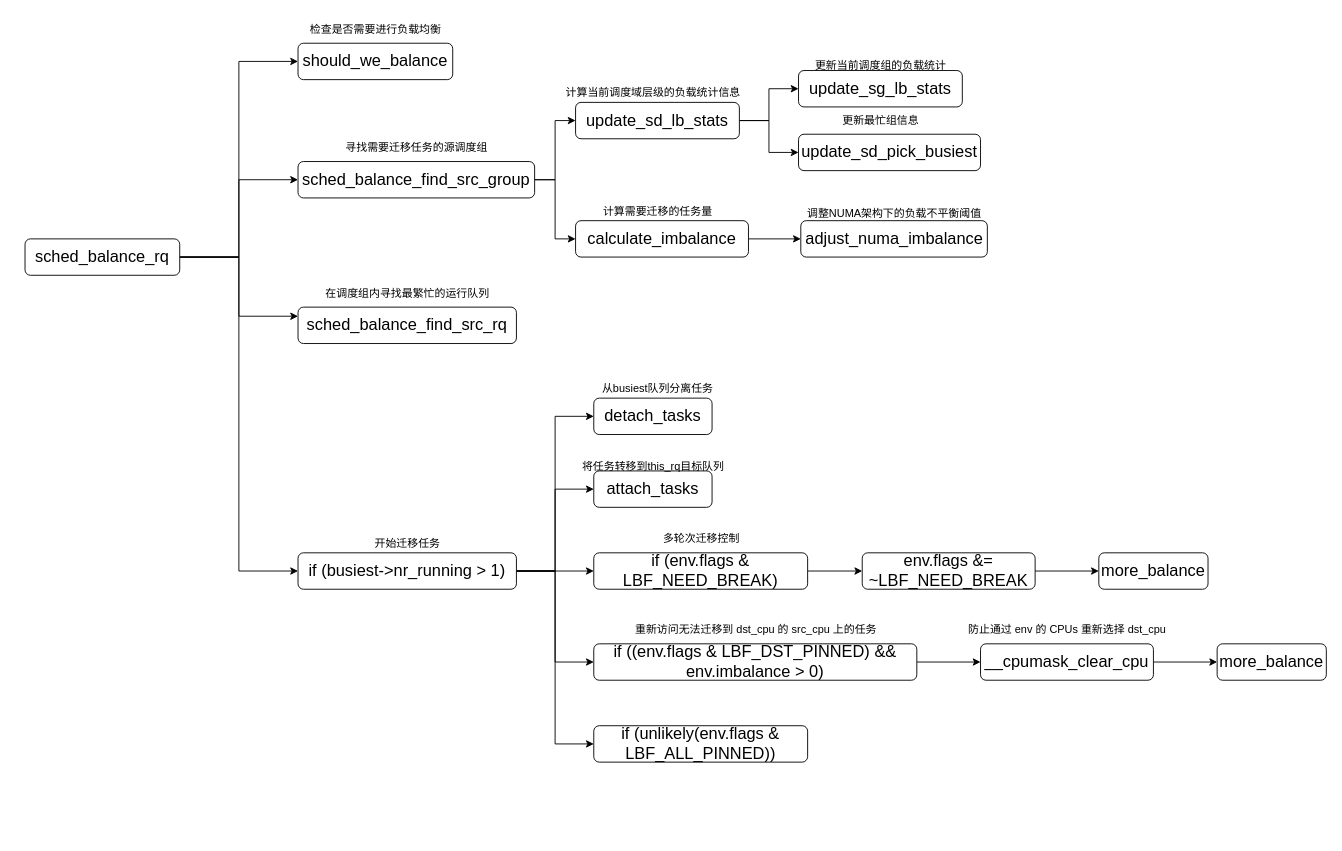
Before: OS/image/sched_balance_rq.drawio in AAAwlx/note, a draw.io diagram. Source tidied: cells renumbered, new cells numbered last; positions are measured from the earlier drawing's top-left corner, leaving out a move shared by most shapes. Both pictures are drawn from the tidied source at 91%, with x=0, y=0 at pixel (25, 15).
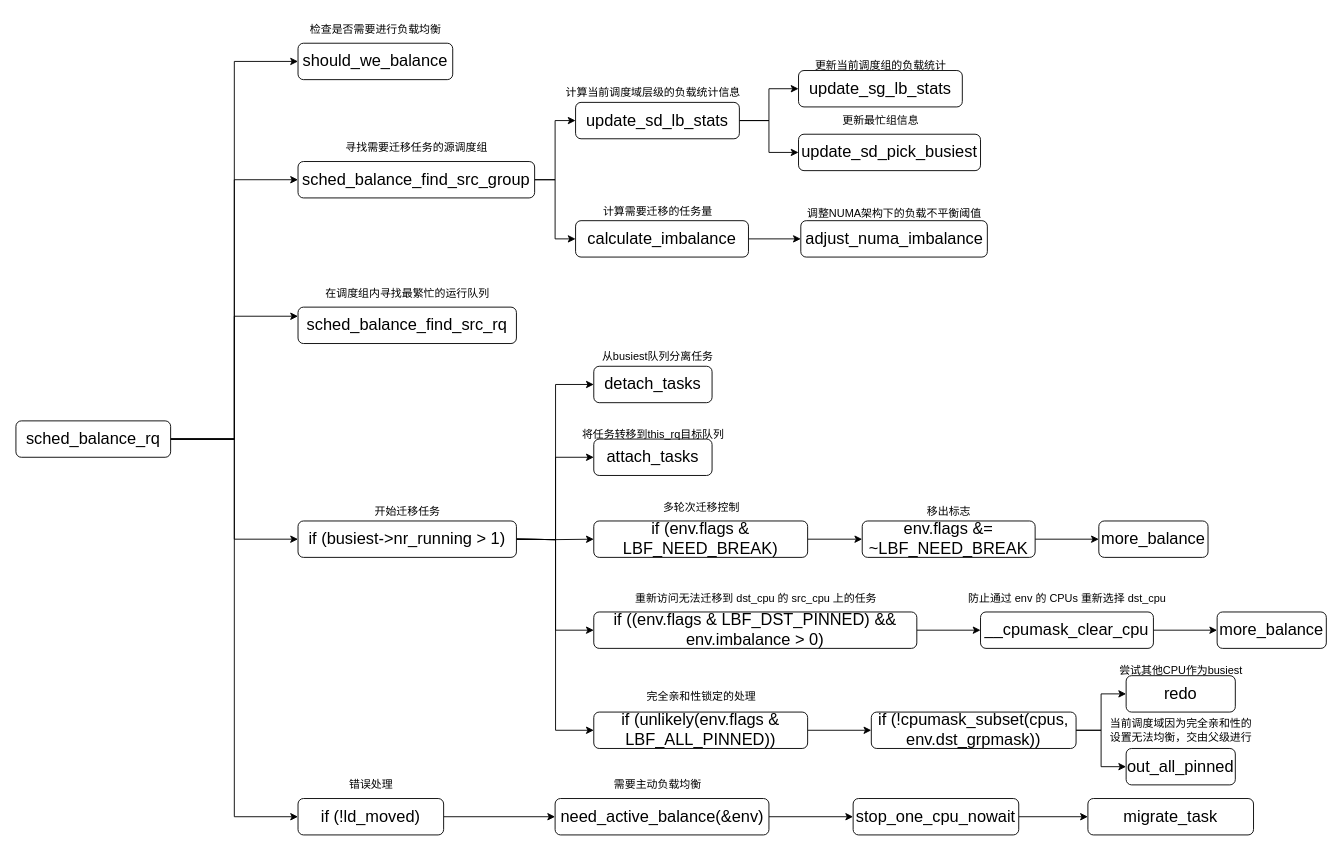
Above is the later version.

Diff of the diagram source:
```diff
@@
+    <mxCell id="54" style="edgeStyle=orthogonalEdgeStyle;rounded=0;jettySize=auto;html=1;exitX=1;exitY=0.5;exitDx=0;exitDy=0;entryX=0;entryY=0.5;entryDx=0;entryDy=0;" parent="1" edge="1" source="6" target="66">
+      <mxGeometry relative="1" as="geometry" />
+    </mxCell>
     <mxCell id="6" value="&lt;font style=&quot;font-size: 18px;&quot;&gt;sched_balance_rq&lt;/font&gt;" style="rounded=1;whiteSpace=wrap;html=1;" parent="1" vertex="1">
-      <mxGeometry y="245" width="170" height="40" as="geometry" />
+      <mxGeometry x="-10" y="445" width="170" height="40" as="geometry" />
     </mxCell>
@@
-    <mxCell id="28" value="&lt;div style=&quot;color: rgb(204, 204, 204); background-color: rgb(31, 31, 31); font-family: Menlo, Monaco, &amp;quot;Courier New&amp;quot;, monospace; font-weight: normal; font-size: 12px; line-height: 18px; white-space: pre;&quot;&gt;&lt;br&gt;&lt;/div&gt;" style="text;whiteSpace=wrap;html=1;" parent="1" vertex="1">
-      <mxGeometry x="360" y="460" width="240" height="40" as="geometry" />
-    </mxCell>
-    <mxCell id="29" style="edgeStyle=orthogonalEdgeStyle;rounded=0;jettySize=auto;html=1;exitX=1;exitY=0.5;exitDx=0;exitDy=0;entryX=0;entryY=0.5;entryDx=0;entryDy=0;" parent="1" edge="1" source="34" target="35">
-      <mxGeometry relative="1" as="geometry" />
+    <mxCell id="29" style="edgeStyle=orthogonalEdgeStyle;rounded=0;jettySize=auto;html=1;exitX=1;exitY=0.5;exitDx=0;exitDy=0;entryX=0;entryY=0.5;entryDx=0;entryDy=0;" parent="1" edge="1" target="35">
+      <mxGeometry relative="1" as="geometry">
+        <mxPoint x="540" y="575" as="sourcePoint" />
+      </mxGeometry>
     </mxCell>
-    <mxCell id="30" style="edgeStyle=orthogonalEdgeStyle;rounded=0;jettySize=auto;html=1;exitX=1;exitY=0.5;exitDx=0;exitDy=0;entryX=0;entryY=0.5;entryDx=0;entryDy=0;" parent="1" edge="1" source="34" target="36">
-      <mxGeometry relative="1" as="geometry" />
+    <mxCell id="30" style="edgeStyle=orthogonalEdgeStyle;rounded=0;jettySize=auto;html=1;exitX=1;exitY=0.5;exitDx=0;exitDy=0;entryX=0;entryY=0.5;entryDx=0;entryDy=0;" parent="1" edge="1" target="36">
+      <mxGeometry relative="1" as="geometry">
+        <mxPoint x="540" y="575" as="sourcePoint" />
+      </mxGeometry>
     </mxCell>
-    <mxCell id="31" style="edgeStyle=orthogonalEdgeStyle;rounded=0;jettySize=auto;html=1;exitX=1;exitY=0.5;exitDx=0;exitDy=0;entryX=0;entryY=0.5;entryDx=0;entryDy=0;" parent="1" edge="1" source="34" target="38">
-      <mxGeometry relative="1" as="geometry" />
+    <mxCell id="31" style="edgeStyle=orthogonalEdgeStyle;rounded=0;jettySize=auto;html=1;exitX=1;exitY=0.5;exitDx=0;exitDy=0;entryX=0;entryY=0.5;entryDx=0;entryDy=0;" parent="1" edge="1" target="38">
+      <mxGeometry relative="1" as="geometry">
+        <mxPoint x="540" y="575" as="sourcePoint" />
+      </mxGeometry>
     </mxCell>
-    <mxCell id="32" style="edgeStyle=orthogonalEdgeStyle;rounded=0;jettySize=auto;html=1;exitX=1;exitY=0.5;exitDx=0;exitDy=0;entryX=0;entryY=0.5;entryDx=0;entryDy=0;" parent="1" edge="1" source="34" target="47">
-      <mxGeometry relative="1" as="geometry" />
+    <mxCell id="32" style="edgeStyle=orthogonalEdgeStyle;rounded=0;jettySize=auto;html=1;exitX=1;exitY=0.5;exitDx=0;exitDy=0;entryX=0;entryY=0.5;entryDx=0;entryDy=0;" parent="1" edge="1" target="47">
+      <mxGeometry relative="1" as="geometry">
+        <mxPoint x="540" y="575" as="sourcePoint" />
+      </mxGeometry>
     </mxCell>
-    <mxCell id="33" style="edgeStyle=orthogonalEdgeStyle;rounded=0;jettySize=auto;html=1;exitX=1;exitY=0.5;exitDx=0;exitDy=0;entryX=0;entryY=0.5;entryDx=0;entryDy=0;" parent="1" edge="1" source="34" target="53">
-      <mxGeometry relative="1" as="geometry" />
+    <mxCell id="33" style="edgeStyle=orthogonalEdgeStyle;rounded=0;jettySize=auto;html=1;exitX=1;exitY=0.5;exitDx=0;exitDy=0;entryX=0;entryY=0.5;entryDx=0;entryDy=0;" parent="1" edge="1" target="53">
+      <mxGeometry relative="1" as="geometry">
+        <mxPoint x="540" y="575" as="sourcePoint" />
+      </mxGeometry>
     </mxCell>
     <mxCell id="34" value="&lt;font style=&quot;font-size: 18px;&quot;&gt;if (busiest-&amp;gt;nr_running &amp;gt; 1)&lt;/font&gt;" style="rounded=1;whiteSpace=wrap;html=1;" parent="1" vertex="1">
-      <mxGeometry x="300" y="590" width="240" height="40" as="geometry" />
+      <mxGeometry x="300" y="555" width="240" height="40" as="geometry" />
     </mxCell>
     <mxCell id="35" value="&lt;font style=&quot;font-size: 18px;&quot;&gt;detach_tasks&lt;/font&gt;" style="rounded=1;whiteSpace=wrap;html=1;" parent="1" vertex="1">
-      <mxGeometry x="625" y="420" width="130" height="40" as="geometry" />
+      <mxGeometry x="625" y="385" width="130" height="40" as="geometry" />
     </mxCell>
     <mxCell id="36" value="&lt;font style=&quot;font-size: 18px;&quot;&gt;attach_tasks&lt;/font&gt;" style="rounded=1;whiteSpace=wrap;html=1;" parent="1" vertex="1">
-      <mxGeometry x="625" y="500" width="130" height="40" as="geometry" />
+      <mxGeometry x="625" y="465" width="130" height="40" as="geometry" />
     </mxCell>
@@
     <mxCell id="38" value="&lt;font style=&quot;font-size: 18px;&quot;&gt;if (env.flags &amp;amp; LBF_NEED_BREAK)&lt;/font&gt;" style="rounded=1;whiteSpace=wrap;html=1;" parent="1" vertex="1">
-      <mxGeometry x="625" y="590" width="235" height="40" as="geometry" />
+      <mxGeometry x="625" y="555" width="235" height="40" as="geometry" />
     </mxCell>
@@
     <mxCell id="40" value="&lt;font style=&quot;font-size: 18px;&quot;&gt;env.flags &amp;amp;= ~LBF_NEED_BREAK&lt;/font&gt;" style="rounded=1;whiteSpace=wrap;html=1;" parent="1" vertex="1">
-      <mxGeometry x="920" y="590" width="190" height="40" as="geometry" />
+      <mxGeometry x="920" y="555" width="190" height="40" as="geometry" />
     </mxCell>
     <mxCell id="41" value="开始迁移任务" style="text;html=1;align=center;verticalAlign=middle;strokeColor=none;fillColor=none;" parent="1" vertex="1">
-      <mxGeometry x="370" y="565" width="100" height="30" as="geometry" />
+      <mxGeometry x="370" y="530" width="100" height="30" as="geometry" />
     </mxCell>
     <mxCell id="42" value="从busiest队列分离任务" style="text;html=1;align=center;verticalAlign=middle;strokeColor=none;fillColor=none;" parent="1" vertex="1">
-      <mxGeometry x="620" y="395" width="150" height="30" as="geometry" />
+      <mxGeometry x="620" y="360" width="150" height="30" as="geometry" />
     </mxCell>
     <mxCell id="43" value="将任务转移到this_rq目标队列" style="text;html=1;align=center;verticalAlign=middle;strokeColor=none;fillColor=none;" parent="1" vertex="1">
-      <mxGeometry x="600" y="480" width="180" height="30" as="geometry" />
+      <mxGeometry x="600" y="445" width="180" height="30" as="geometry" />
     </mxCell>
     <mxCell id="44" value="多轮次迁移控制" style="text;html=1;align=center;verticalAlign=middle;strokeColor=none;fillColor=none;" parent="1" vertex="1">
-      <mxGeometry x="687.5" y="560" width="110" height="30" as="geometry" />
+      <mxGeometry x="687.5" y="525" width="110" height="30" as="geometry" />
     </mxCell>
     <mxCell id="45" value="&lt;font style=&quot;font-size: 18px;&quot;&gt;more_balance&lt;/font&gt;" style="rounded=1;whiteSpace=wrap;html=1;" parent="1" vertex="1">
-      <mxGeometry x="1180" y="590" width="120" height="40" as="geometry" />
+      <mxGeometry x="1180" y="555" width="120" height="40" as="geometry" />
     </mxCell>
@@
     <mxCell id="47" value="&lt;font style=&quot;font-size: 18px;&quot;&gt;if ((env.flags &amp;amp; LBF_DST_PINNED) &amp;amp;&amp;amp; env.imbalance &amp;gt; 0)&lt;/font&gt;" style="rounded=1;whiteSpace=wrap;html=1;" parent="1" vertex="1">
-      <mxGeometry x="625" y="690" width="355" height="40" as="geometry" />
+      <mxGeometry x="625" y="655" width="355" height="40" as="geometry" />
     </mxCell>
@@
     <mxCell id="49" value="&lt;font style=&quot;font-size: 18px;&quot;&gt;__cpumask_clear_cpu&lt;/font&gt;" style="rounded=1;whiteSpace=wrap;html=1;" parent="1" vertex="1">
-      <mxGeometry x="1050" y="690" width="190" height="40" as="geometry" />
+      <mxGeometry x="1050" y="655" width="190" height="40" as="geometry" />
     </mxCell>
     <mxCell id="50" value="&lt;font style=&quot;font-size: 18px;&quot;&gt;more_balance&lt;/font&gt;" style="rounded=1;whiteSpace=wrap;html=1;" parent="1" vertex="1">
-      <mxGeometry x="1310" y="690" width="120" height="40" as="geometry" />
+      <mxGeometry x="1310" y="655" width="120" height="40" as="geometry" />
     </mxCell>
     <mxCell id="51" value="防止通过 env 的 CPUs 重新选择 dst_cpu" style="text;html=1;align=center;verticalAlign=middle;strokeColor=none;fillColor=none;" parent="1" vertex="1">
-      <mxGeometry x="1025" y="660" width="240" height="30" as="geometry" />
+      <mxGeometry x="1025" y="625" width="240" height="30" as="geometry" />
     </mxCell>
     <mxCell id="52" value="重新访问无法迁移到 dst_cpu 的 src_cpu 上的任务" style="text;html=1;align=center;verticalAlign=middle;strokeColor=none;fillColor=none;" parent="1" vertex="1">
-      <mxGeometry x="657.5" y="660" width="290" height="30" as="geometry" />
+      <mxGeometry x="657.5" y="625" width="290" height="30" as="geometry" />
     </mxCell>
+    <mxCell id="55" style="edgeStyle=orthogonalEdgeStyle;rounded=0;jettySize=auto;html=1;exitX=1;exitY=0.5;exitDx=0;exitDy=0;entryX=0;entryY=0.5;entryDx=0;entryDy=0;" parent="1" edge="1" source="53" target="62">
+      <mxGeometry relative="1" as="geometry" />
+    </mxCell>
     <mxCell id="53" value="&lt;font style=&quot;font-size: 18px;&quot;&gt;if (unlikely(env.flags &amp;amp; LBF_ALL_PINNED))&lt;/font&gt;" style="rounded=1;whiteSpace=wrap;html=1;" parent="1" vertex="1">
-      <mxGeometry x="625" y="780" width="235" height="40" as="geometry" />
+      <mxGeometry x="625" y="765" width="235" height="40" as="geometry" />
     </mxCell>
+    <mxCell id="56" value="移出标志" style="text;html=1;align=center;verticalAlign=middle;strokeColor=none;fillColor=none;" parent="1" vertex="1">
+      <mxGeometry x="980" y="530" width="70" height="30" as="geometry" />
+    </mxCell>
+    <mxCell id="57" value="&lt;div&gt;完全亲和性锁定的处理&lt;/div&gt;&lt;div&gt;&lt;br&gt;&lt;/div&gt;" style="text;html=1;align=center;verticalAlign=middle;strokeColor=none;fillColor=none;" parent="1" vertex="1">
+      <mxGeometry x="672.5" y="735" width="140" height="40" as="geometry" />
+    </mxCell>
+    <mxCell id="58" value="&lt;font style=&quot;font-size: 18px;&quot;&gt;redo&lt;/font&gt;" style="rounded=1;whiteSpace=wrap;html=1;" parent="1" vertex="1">
+      <mxGeometry x="1210" y="725" width="120" height="40" as="geometry" />
+    </mxCell>
+    <mxCell id="59" value="尝试其他CPU作为busiest" style="text;html=1;align=center;verticalAlign=middle;strokeColor=none;fillColor=none;" parent="1" vertex="1">
+      <mxGeometry x="1190" y="705" width="160" height="30" as="geometry" />
+    </mxCell>
+    <mxCell id="60" style="edgeStyle=orthogonalEdgeStyle;rounded=0;jettySize=auto;html=1;exitX=1;exitY=0.5;exitDx=0;exitDy=0;entryX=0;entryY=0.5;entryDx=0;entryDy=0;" parent="1" edge="1" source="62" target="58">
+      <mxGeometry relative="1" as="geometry" />
+    </mxCell>
+    <mxCell id="61" style="edgeStyle=orthogonalEdgeStyle;rounded=0;jettySize=auto;html=1;exitX=1;exitY=0.5;exitDx=0;exitDy=0;entryX=0;entryY=0.5;entryDx=0;entryDy=0;" parent="1" edge="1" source="62" target="63">
+      <mxGeometry relative="1" as="geometry" />
+    </mxCell>
+    <mxCell id="62" value="&lt;font style=&quot;font-size: 18px;&quot;&gt;if (!cpumask_subset(cpus, env.dst_grpmask))&lt;/font&gt;" style="rounded=1;whiteSpace=wrap;html=1;" parent="1" vertex="1">
+      <mxGeometry x="930" y="765" width="225" height="40" as="geometry" />
+    </mxCell>
+    <mxCell id="63" value="&lt;font style=&quot;font-size: 18px;&quot;&gt;out_all_pinned&lt;/font&gt;" style="rounded=1;whiteSpace=wrap;html=1;" parent="1" vertex="1">
+      <mxGeometry x="1210" y="805" width="120" height="40" as="geometry" />
+    </mxCell>
+    <mxCell id="64" value="当前调度域因为完全亲和性的&lt;div&gt;设置无法均衡，&lt;span style=&quot;background-color: transparent; color: light-dark(rgb(0, 0, 0), rgb(255, 255, 255));&quot;&gt;交由父级进行&lt;/span&gt;&lt;/div&gt;" style="text;html=1;align=center;verticalAlign=middle;strokeColor=none;fillColor=none;" parent="1" vertex="1">
+      <mxGeometry x="1180" y="765" width="180" height="40" as="geometry" />
+    </mxCell>
+    <mxCell id="65" style="edgeStyle=orthogonalEdgeStyle;rounded=0;jettySize=auto;html=1;exitX=1;exitY=0.5;exitDx=0;exitDy=0;" parent="1" edge="1" source="66" target="69">
+      <mxGeometry relative="1" as="geometry" />
+    </mxCell>
+    <mxCell id="66" value="&lt;font style=&quot;font-size: 18px;&quot;&gt;if (!ld_moved)&lt;/font&gt;" style="rounded=1;whiteSpace=wrap;html=1;" parent="1" vertex="1">
+      <mxGeometry x="300" y="860" width="160" height="40" as="geometry" />
+    </mxCell>
+    <mxCell id="67" value="错误处理" style="text;html=1;align=center;verticalAlign=middle;strokeColor=none;fillColor=none;" parent="1" vertex="1">
+      <mxGeometry x="345" y="830" width="70" height="30" as="geometry" />
+    </mxCell>
+    <mxCell id="68" style="edgeStyle=orthogonalEdgeStyle;rounded=0;jettySize=auto;html=1;exitX=1;exitY=0.5;exitDx=0;exitDy=0;entryX=0;entryY=0.5;entryDx=0;entryDy=0;" parent="1" edge="1" source="69" target="72">
+      <mxGeometry relative="1" as="geometry" />
+    </mxCell>
+    <mxCell id="69" value="&lt;font style=&quot;font-size: 18px;&quot;&gt;need_active_balance(&amp;amp;env)&lt;/font&gt;" style="rounded=1;whiteSpace=wrap;html=1;" parent="1" vertex="1">
+      <mxGeometry x="582.5" y="860" width="235" height="40" as="geometry" />
+    </mxCell>
+    <mxCell id="70" value="需要主动负载均衡" style="text;html=1;align=center;verticalAlign=middle;strokeColor=none;fillColor=none;" parent="1" vertex="1">
+      <mxGeometry x="635" y="830" width="120" height="30" as="geometry" />
+    </mxCell>
+    <mxCell id="71" style="edgeStyle=orthogonalEdgeStyle;rounded=0;jettySize=auto;html=1;exitX=1;exitY=0.5;exitDx=0;exitDy=0;entryX=0;entryY=0.5;entryDx=0;entryDy=0;" parent="1" edge="1" source="72" target="73">
+      <mxGeometry relative="1" as="geometry" />
+    </mxCell>
+    <mxCell id="72" value="&lt;font style=&quot;font-size: 18px;&quot;&gt;stop_one_cpu_nowait&lt;/font&gt;" style="rounded=1;whiteSpace=wrap;html=1;" parent="1" vertex="1">
+      <mxGeometry x="910" y="860" width="182" height="40" as="geometry" />
+    </mxCell>
+    <mxCell id="73" value="&lt;font style=&quot;font-size: 18px;&quot;&gt;migrate_task&lt;/font&gt;" style="rounded=1;whiteSpace=wrap;html=1;" parent="1" vertex="1">
+      <mxGeometry x="1168" y="860" width="182" height="40" as="geometry" />
+    </mxCell>
```
